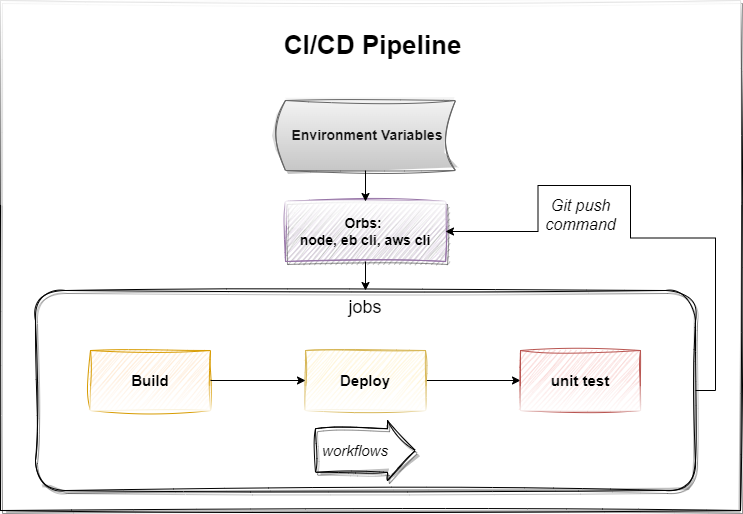
Maha-Mamdouh/DeployProject keeps this draw.io diagram as Diagrams/pipeline.png. Above is the earlier version. Source tidied: cells renumbered, new cells last; positions are measured from the earlier drawing's top-left corner, leaving out a move shared by most shapes. Source of this version:
```xml
<mxGraphModel>
  <root>
    <mxCell id="0" />
    <mxCell id="1" parent="0" />
    <mxCell id="2" style="rounded=0;whiteSpace=wrap;html=1;glass=1;shadow=1;sketch=1;curveFitting=1;jiggle=2;" parent="1" vertex="1">
      <mxGeometry width="740" height="510" as="geometry" />
    </mxCell>
    <mxCell id="3" value="&lt;h1 style=&quot;box-sizing: border-box; -webkit-font-smoothing: antialiased; margin: 0px 0px 24px; min-width: 0px; color: rgb(22, 22, 22); line-height: 1.25; font-family: Roboto, sans-serif; font-size: 14px;&quot; class=&quot;css-dlgbax&quot;&gt;&lt;span style=&quot;&quot;&gt;&amp;nbsp;&lt;/span&gt;Environment Variables&lt;/h1&gt;" style="shape=dataStorage;whiteSpace=wrap;html=1;fixedSize=1;align=center;verticalAlign=bottom;size=10;fillColor=#f5f5f5;sketch=1;curveFitting=1;jiggle=2;gradientColor=#C4C4C4;strokeColor=#666666;" parent="1" vertex="1">
      <mxGeometry x="275" y="100" width="180" height="70" as="geometry" />
    </mxCell>
    <mxCell id="4" value="Orbs:&amp;nbsp;&lt;br style=&quot;font-size: 14px;&quot;&gt;node, eb cli, aws cli" style="rounded=0;whiteSpace=wrap;html=1;fontSize=14;fontStyle=1;fillColor=#e1d5e7;strokeColor=#9673a6;glass=1;shadow=1;sketch=1;curveFitting=1;jiggle=2;" parent="1" vertex="1">
      <mxGeometry x="285" y="201" width="160" height="60" as="geometry" />
    </mxCell>
    <mxCell id="5" style="endArrow=classic;html=1;rounded=0;exitX=0.5;exitY=1;exitDx=0;exitDy=0;entryX=0.5;entryY=0;entryDx=0;entryDy=0;" parent="1" edge="1" source="3" target="4">
      <mxGeometry relative="1" as="geometry" />
    </mxCell>
    <mxCell id="6" style="rounded=0;jettySize=auto;html=1;exitX=1;exitY=0.5;exitDx=0;exitDy=0;entryX=1;entryY=0.5;entryDx=0;entryDy=0;startArrow=none;edgeStyle=orthogonalEdgeStyle;" parent="1" edge="1" target="4">
      <mxGeometry relative="1" as="geometry">
        <mxPoint x="630" y="185" as="sourcePoint" />
      </mxGeometry>
    </mxCell>
    <mxCell id="7" value="&lt;font style=&quot;font-size: 18px;&quot;&gt;jobs&lt;/font&gt;" style="rounded=1;whiteSpace=wrap;html=1;align=center;verticalAlign=top;sketch=1;curveFitting=1;jiggle=2;shadow=1;" parent="1" vertex="1">
      <mxGeometry x="35" y="290" width="660" height="200" as="geometry" />
    </mxCell>
    <mxCell id="8" style="endArrow=classic;html=1;rounded=0;exitX=0.5;exitY=1;exitDx=0;exitDy=0;" parent="1" edge="1" source="4">
      <mxGeometry relative="1" as="geometry">
        <mxPoint x="365" y="290" as="targetPoint" />
      </mxGeometry>
    </mxCell>
    <mxCell id="9" style="shape=singleArrow;whiteSpace=wrap;html=1;arrowWidth=0.726666259765625;arrowSize=0.28;sketch=1;curveFitting=1;jiggle=2;shadow=1;" parent="1" vertex="1">
      <mxGeometry x="315" y="420" width="100" height="60" as="geometry" />
    </mxCell>
    <mxCell id="10" value="&lt;font style=&quot;font-size: 15px;&quot;&gt;&lt;b&gt;Build&lt;/b&gt;&lt;/font&gt;" style="rounded=0;whiteSpace=wrap;html=1;flipV=1;flipH=1;sketch=1;curveFitting=1;jiggle=2;fillColor=#ffe6cc;strokeColor=#d79b00;glass=1;" parent="1" vertex="1">
      <mxGeometry x="90" y="350" width="120" height="60" as="geometry" />
    </mxCell>
    <mxCell id="11" style="rounded=0;jettySize=auto;html=1;exitX=1;exitY=0.5;exitDx=0;exitDy=0;" parent="1" edge="1" source="12" target="13">
      <mxGeometry relative="1" as="geometry" />
    </mxCell>
    <mxCell id="12" value="&lt;font style=&quot;font-size: 15px;&quot;&gt;&lt;b&gt;Deploy&lt;/b&gt;&lt;/font&gt;" style="rounded=0;whiteSpace=wrap;html=1;flipV=1;flipH=1;sketch=1;curveFitting=1;jiggle=2;fillColor=#fff2cc;strokeColor=#d6b656;shadow=0;glass=1;" parent="1" vertex="1">
      <mxGeometry x="305" y="350" width="120" height="60" as="geometry" />
    </mxCell>
    <mxCell id="13" value="&lt;font style=&quot;font-size: 15px;&quot;&gt;&lt;b&gt;unit test&lt;/b&gt;&lt;/font&gt;" style="rounded=0;whiteSpace=wrap;html=1;flipV=1;flipH=1;sketch=1;curveFitting=1;jiggle=2;fillColor=#f8cecc;strokeColor=#b85450;glass=1;" parent="1" vertex="1">
      <mxGeometry x="520" y="350" width="120" height="60" as="geometry" />
    </mxCell>
    <mxCell id="14" style="endArrow=classic;html=1;rounded=0;exitX=1;exitY=0.5;exitDx=0;exitDy=0;entryX=0;entryY=0.5;entryDx=0;entryDy=0;" parent="1" edge="1" source="10" target="12">
      <mxGeometry relative="1" as="geometry" />
    </mxCell>
    <mxCell id="15" value="CI/CD Pipeline" style="text;html=1;strokeColor=none;fillColor=none;align=center;verticalAlign=middle;whiteSpace=wrap;rounded=0;fontSize=26;fontStyle=1;" parent="1" vertex="1">
      <mxGeometry x="275" y="30" width="195" height="30" as="geometry" />
    </mxCell>
    <mxCell id="16" style="edgeStyle=orthogonalEdgeStyle;rounded=0;jettySize=auto;html=1;exitX=1;exitY=0.5;exitDx=0;exitDy=0;entryX=1;entryY=0.5;entryDx=0;entryDy=0;endArrow=none;" parent="1" edge="1" source="7">
      <mxGeometry relative="1" as="geometry">
        <mxPoint x="630" y="185" as="targetPoint" />
      </mxGeometry>
    </mxCell>
    <mxCell id="17" value="&lt;br style=&quot;font-size: 16px;&quot;&gt;Git push command" style="text;html=1;strokeColor=none;fillColor=none;align=center;verticalAlign=middle;whiteSpace=wrap;rounded=0;fontSize=16;fontStyle=2;" parent="1" vertex="1">
      <mxGeometry x="532.5" y="180" width="95" height="50" as="geometry" />
    </mxCell>
    <mxCell id="18" value="workflows" style="text;html=1;strokeColor=none;fillColor=none;align=center;verticalAlign=middle;whiteSpace=wrap;rounded=0;fontStyle=2;fontSize=15;" parent="1" vertex="1">
      <mxGeometry x="325" y="435" width="60" height="30" as="geometry" />
    </mxCell>
  </root>
</mxGraphModel>
```
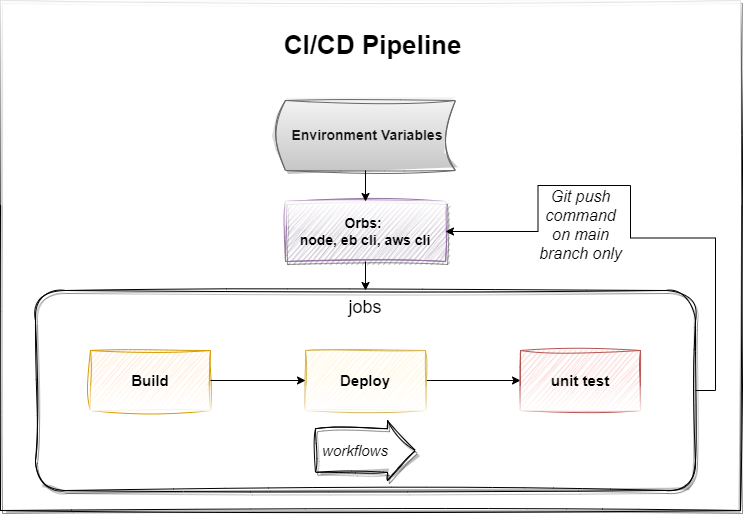
After the change.

Commit message:
update pipeline md and diagram

Diff of the diagram source:
```diff
@@ -53,8 +53,8 @@
         <mxPoint x="630" y="185" as="targetPoint" />
       </mxGeometry>
     </mxCell>
-    <mxCell id="17" value="&lt;br style=&quot;font-size: 16px;&quot;&gt;Git push command" style="text;html=1;strokeColor=none;fillColor=none;align=center;verticalAlign=middle;whiteSpace=wrap;rounded=0;fontSize=16;fontStyle=2;" parent="1" vertex="1">
-      <mxGeometry x="532.5" y="180" width="95" height="50" as="geometry" />
+    <mxCell id="17" value="&lt;br style=&quot;font-size: 16px;&quot;&gt;Git push command&lt;br&gt;on main branch only" style="text;html=1;strokeColor=none;fillColor=none;align=center;verticalAlign=middle;whiteSpace=wrap;rounded=0;fontSize=16;fontStyle=2;" parent="1" vertex="1">
+      <mxGeometry x="532.5" y="190" width="95" height="50" as="geometry" />
     </mxCell>
     <mxCell id="18" value="workflows" style="text;html=1;strokeColor=none;fillColor=none;align=center;verticalAlign=middle;whiteSpace=wrap;rounded=0;fontStyle=2;fontSize=15;" parent="1" vertex="1">
       <mxGeometry x="325" y="435" width="60" height="30" as="geometry" />
```
